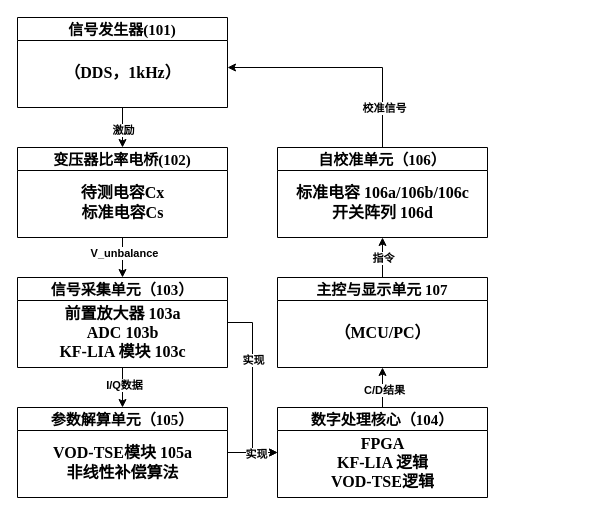
This is 运行流程图.drawio from onlymrwan/hello-world, a draw.io file, before an edit. Source tidied: cells renumbered, new cells numbered last; positions are measured from the earlier drawing's top-left corner, leaving out a move shared by most shapes. Both pictures are drawn from the tidied source at 100%, with x=0, y=0 at pixel (17, 17).
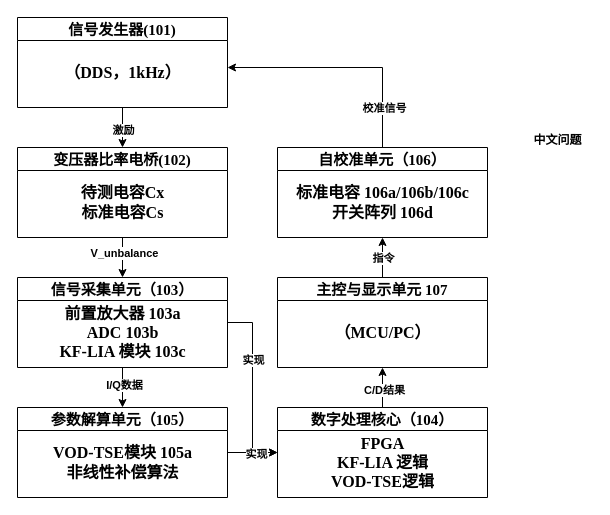
The same page after the edit.

Commit message:
更新运行流程图.drawio

Change to the diagram source:
```diff
@@
+    <mxCell id="32" value="中文问题" style="text;html=1;align=center;verticalAlign=middle;strokeColor=none;fillColor=none;fontStyle=1;" parent="1" vertex="1">
+      <mxGeometry x="505" y="108" width="70" height="30" as="geometry" />
+    </mxCell>
```
